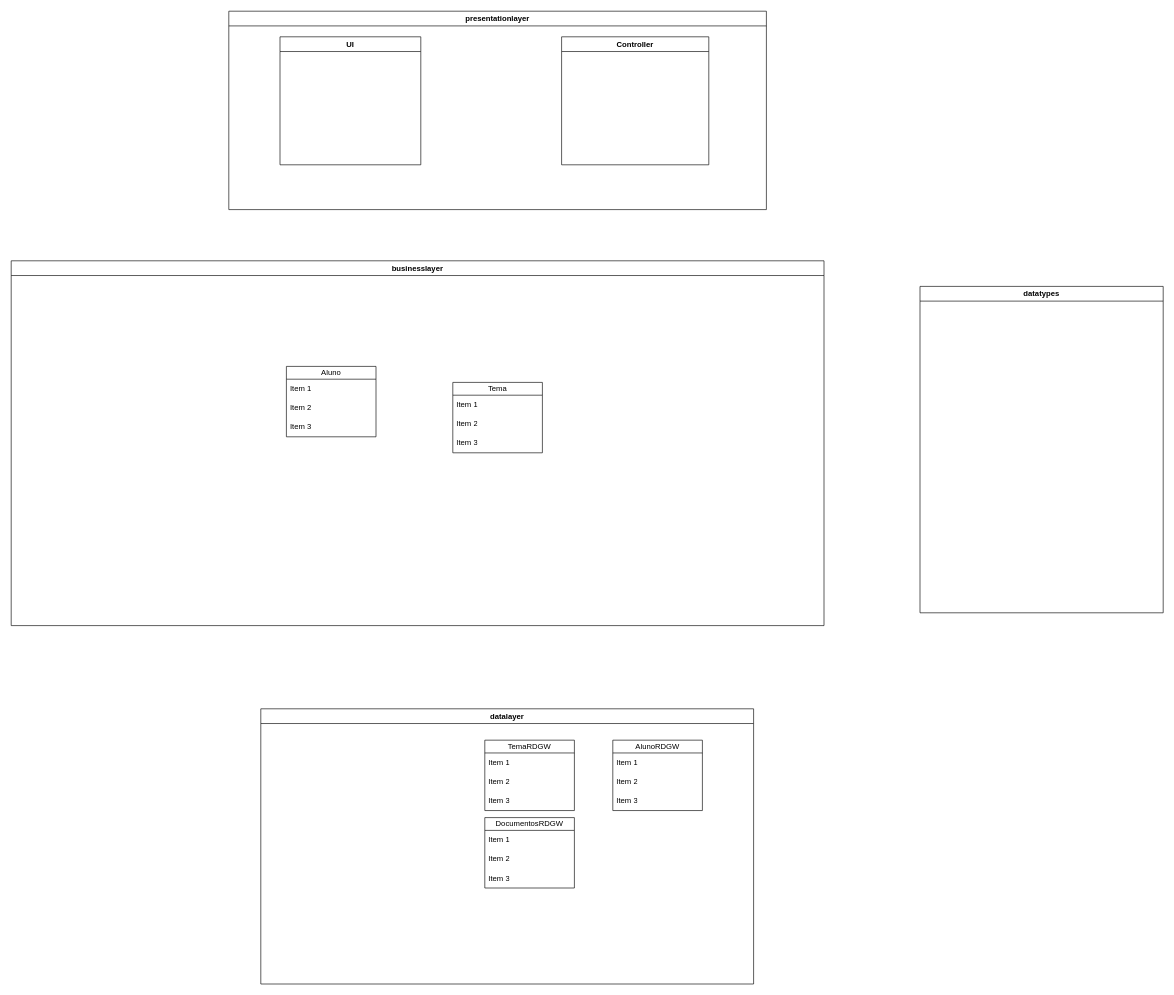
Before: docs/DiagramaDeClasses.drawio in Sapientia-PT/thesisman, a draw.io diagram. Source tidied: cells renumbered, new cells numbered last; positions are measured from the earlier drawing's top-left corner, leaving out a move shared by most shapes. Both pictures are drawn from the tidied source at 64%, with x=0, y=0 at pixel (11, 11).
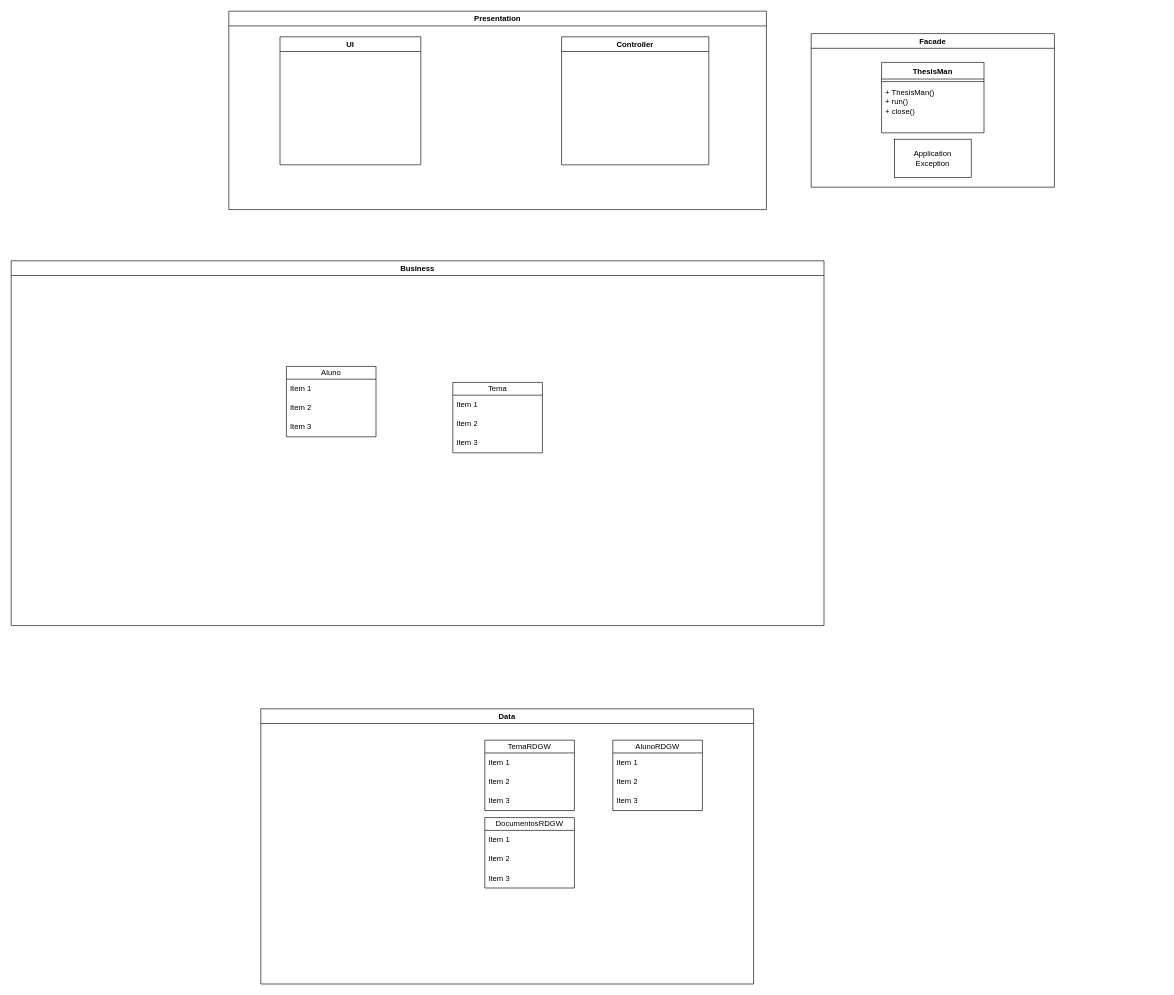
The same diagram, later.

Commit message:
restructured skeleteton for class diagram

What changed in the source:
```diff
@@
-    <mxCell id="2" value="presentationlayer" style="swimlane;whiteSpace=wrap;html=1;" parent="1" vertex="1">
+    <mxCell id="2" value="Presentation" style="swimlane;whiteSpace=wrap;html=1;startSize=23;" parent="1" vertex="1">
       <mxGeometry x="340" width="840" height="310" as="geometry" />
     </mxCell>
@@
-    <mxCell id="5" value="businesslayer" style="swimlane;whiteSpace=wrap;html=1;" parent="1" vertex="1">
+    <mxCell id="5" value="Business" style="swimlane;whiteSpace=wrap;html=1;" parent="1" vertex="1">
       <mxGeometry y="390" width="1270" height="570" as="geometry" />
     </mxCell>
@@
-    <mxCell id="10" value="datalayer" style="swimlane;whiteSpace=wrap;html=1;" parent="1" vertex="1">
+    <mxCell id="10" value="Data" style="swimlane;whiteSpace=wrap;html=1;" parent="1" vertex="1">
       <mxGeometry x="390" y="1090" width="770" height="430" as="geometry" />
     </mxCell>
@@
-    <mxCell id="23" value="datatypes" style="swimlane;whiteSpace=wrap;html=1;" parent="1" vertex="1">
-      <mxGeometry x="1420" y="430" width="380" height="510" as="geometry" />
-    </mxCell>
@@
+    <mxCell id="28" value="Facade" style="swimlane;whiteSpace=wrap;html=1;" parent="1" vertex="1">
+      <mxGeometry x="1250" y="35" width="380" height="240" as="geometry" />
+    </mxCell>
+    <mxCell id="29" value="Application&lt;br&gt;Exception" style="rounded=0;whiteSpace=wrap;html=1;" parent="28" vertex="1">
+      <mxGeometry x="130" y="165" width="120" height="60" as="geometry" />
+    </mxCell>
+    <mxCell id="30" value="ThesisMan" style="swimlane;fontStyle=1;align=center;verticalAlign=top;horizontal=1;startSize=26;whiteSpace=wrap;html=1;" parent="28" vertex="1">
+      <mxGeometry x="110" y="45" width="160" height="110" as="geometry" />
+    </mxCell>
+    <mxCell id="31" style="line;strokeWidth=1;fillColor=none;align=left;verticalAlign=middle;spacingTop=-1;spacingLeft=3;spacingRight=3;labelPosition=right;strokeColor=inherit;" parent="30" vertex="1">
+      <mxGeometry y="26" width="160" height="8" as="geometry" />
+    </mxCell>
+    <mxCell id="32" value="+ ThesisMan()&lt;div&gt;+ run()&lt;/div&gt;&lt;div&gt;+ close()&lt;/div&gt;" style="text;strokeColor=none;fillColor=none;align=left;verticalAlign=top;spacingLeft=4;spacingRight=4;overflow=hidden;whiteSpace=wrap;html=1;" parent="30" vertex="1">
+      <mxGeometry y="34" width="160" height="76" as="geometry" />
+    </mxCell>
```
